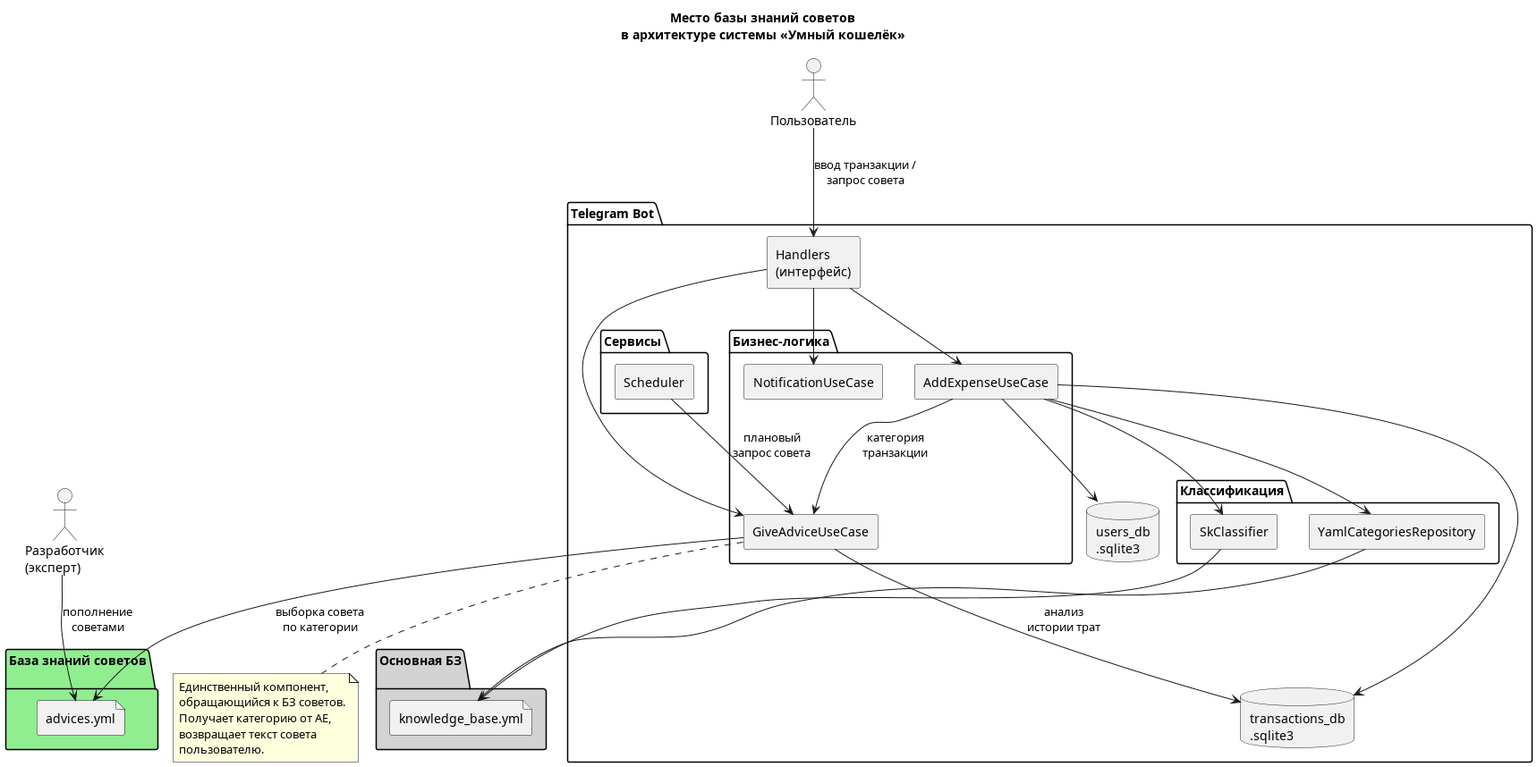
Above: out/diagrams/component_advice/component_advice.png in dekada314/SmartWallet (PlantUML), before the change. Its diagram source:
```plantuml
@startuml
skinparam componentStyle rectangle
skinparam defaultFontName Arial
skinparam backgroundColor white

title Место базы знаний советов\nв архитектуре системы «Умный кошелёк»

actor "Пользователь" as User
actor "Разработчик\n(эксперт)" as Dev

package "Telegram Bot" {

    [Handlers\n(интерфейс)] as H

    package "Бизнес-логика" {
        [AddExpenseUseCase] as AE
        [GiveAdviceUseCase] as GA
        [NotificationUseCase] as NA
    }

    package "Классификация" {
        [YamlCategoriesRepository] as YCR
        [SkClassifier] as ML
    }

    package "Сервисы" {
        [Scheduler] as SC
    }

    database "transactions_db\n.sqlite3" as TDB
    database "users_db\n.sqlite3" as UDB
}

package "База знаний советов\n" #LightGreen {
    file "advices.yml" as AKB
}

package "Основная БЗ\n" #LightGray {
    file "knowledge_base.yml" as KB
}

User  --> H       : ввод транзакции /\nзапрос совета
Dev   --> AKB     : пополнение\nсоветами

H  --> AE
H  --> GA
H  --> NA

AE --> YCR
AE --> ML
AE --> TDB
AE --> UDB

YCR --> KB
ML  --> KB

AE --> GA         : категория\nтранзакции

GA --> AKB        : выборка совета\nпо категории
GA --> TDB        : анализ\nистории трат

SC --> GA         : плановый\nзапрос совета

note bottom of GA
  Единственный компонент,
  обращающийся к БЗ советов.
  Получает категорию от AE,
  возвращает текст совета
  пользователю.
end note

@enduml
```
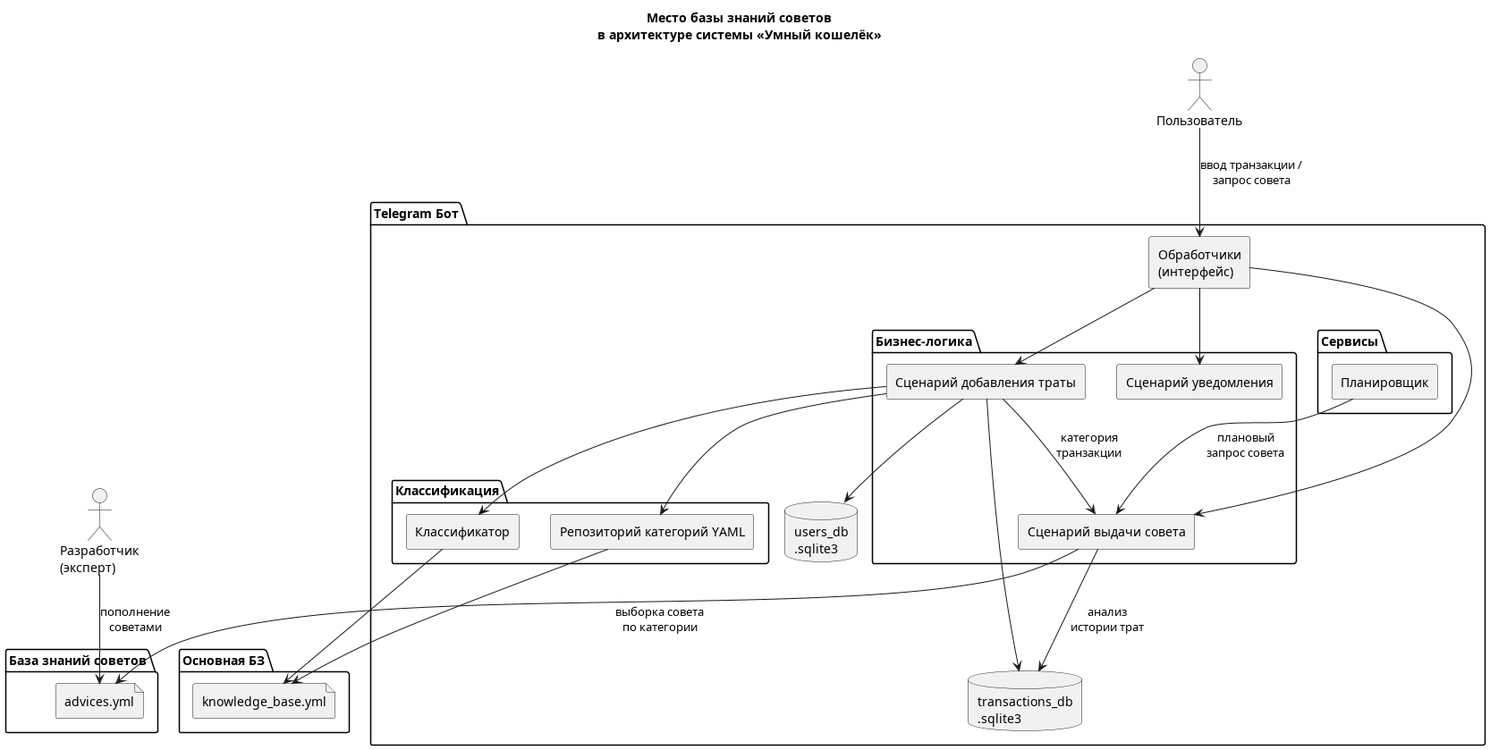
The same file after the commit.

Change to the diagram source:
```diff
@@ -6,67 +6,59 @@
 title Место базы знаний советов\nв архитектуре системы «Умный кошелёк»
 
 actor "Пользователь" as User
-actor "Разработчик\n(эксперт)" as Dev
+actor "Разработчик\n(эксперт)" as Developer
 
-package "Telegram Bot" {
+package "Telegram Бот" {
 
-    [Handlers\n(интерфейс)] as H
+    [Обработчики\n(интерфейс)] as Handlers
 
     package "Бизнес-логика" {
-        [AddExpenseUseCase] as AE
-        [GiveAdviceUseCase] as GA
-        [NotificationUseCase] as NA
+        [Сценарий добавления траты] as AddExpenseUseCase
+        [Сценарий выдачи совета] as GiveAdviceUseCase
+        [Сценарий уведомления] as NotificationUseCase
     }
 
     package "Классификация" {
-        [YamlCategoriesRepository] as YCR
-        [SkClassifier] as ML
+        [Репозиторий категорий YAML] as YamlCategoriesRepository
+        [Классификатор] as SkClassifier
     }
 
     package "Сервисы" {
-        [Scheduler] as SC
+        [Планировщик] as Scheduler
     }
 
-    database "transactions_db\n.sqlite3" as TDB
-    database "users_db\n.sqlite3" as UDB
+    database "transactions_db\n.sqlite3" as TransactionDB
+    database "users_db\n.sqlite3" as UserDB
 }
 
-package "База знаний советов\n" #LightGreen {
-    file "advices.yml" as AKB
+package "База знаний советов" {
+    file "advices.yml" as AdviceKnowledgeBase
 }
 
-package "Основная БЗ\n" #LightGray {
-    file "knowledge_base.yml" as KB
+package "Основная БЗ" {
+    file "knowledge_base.yml" as KnowledgeBase
 }
 
-User  --> H       : ввод транзакции /\nзапрос совета
-Dev   --> AKB     : пополнение\nсоветами
+User --> Handlers : ввод транзакции /\nзапрос совета
+Developer --> AdviceKnowledgeBase : пополнение\nсоветами
 
-H  --> AE
-H  --> GA
-H  --> NA
+Handlers --> AddExpenseUseCase
+Handlers --> GiveAdviceUseCase
+Handlers --> NotificationUseCase
 
-AE --> YCR
-AE --> ML
-AE --> TDB
-AE --> UDB
+AddExpenseUseCase --> YamlCategoriesRepository
+AddExpenseUseCase --> SkClassifier
+AddExpenseUseCase --> TransactionDB
+AddExpenseUseCase --> UserDB
 
-YCR --> KB
-ML  --> KB
+YamlCategoriesRepository --> KnowledgeBase
+SkClassifier --> KnowledgeBase
 
-AE --> GA         : категория\nтранзакции
+AddExpenseUseCase --> GiveAdviceUseCase : категория\nтранзакции
 
-GA --> AKB        : выборка совета\nпо категории
-GA --> TDB        : анализ\nистории трат
+GiveAdviceUseCase --> AdviceKnowledgeBase : выборка совета\nпо категории
+GiveAdviceUseCase --> TransactionDB : анализ\nистории трат
 
-SC --> GA         : плановый\nзапрос совета
-
-note bottom of GA
-  Единственный компонент,
-  обращающийся к БЗ советов.
-  Получает категорию от AE,
-  возвращает текст совета
-  пользователю.
-end note
+Scheduler --> GiveAdviceUseCase : плановый\nзапрос совета
 
 @enduml
```
